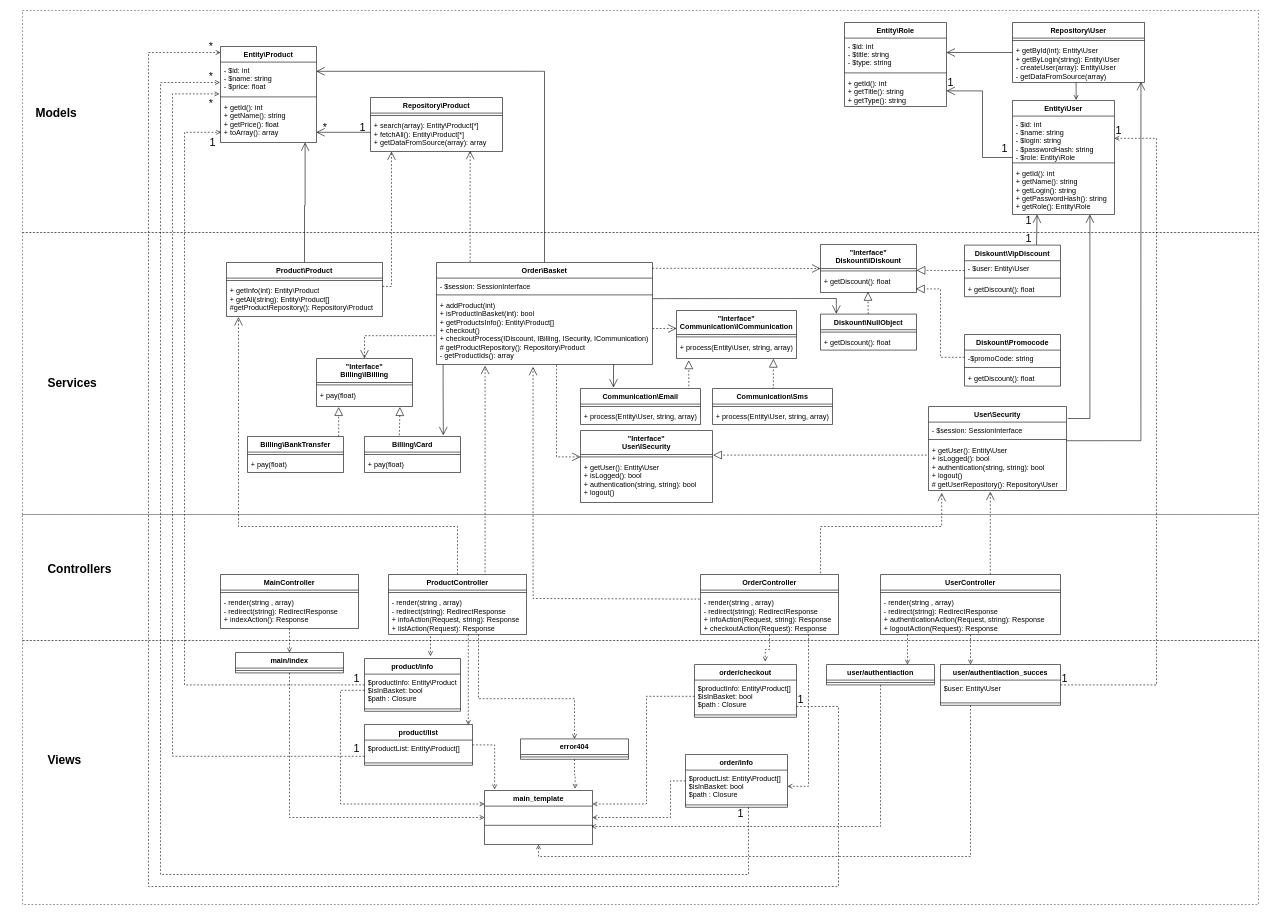
The draw.io diagram lesson_02/patternsPHP_02_01.drawio in FixterSpb/pattenrsPHP, before the edit. Source tidied: cells renumbered, new cells numbered last; positions are measured from the earlier drawing's top-left corner, leaving out a move shared by most shapes. Both pictures are drawn from the tidied source at 60%, with x=0, y=0 at pixel (10, 10).
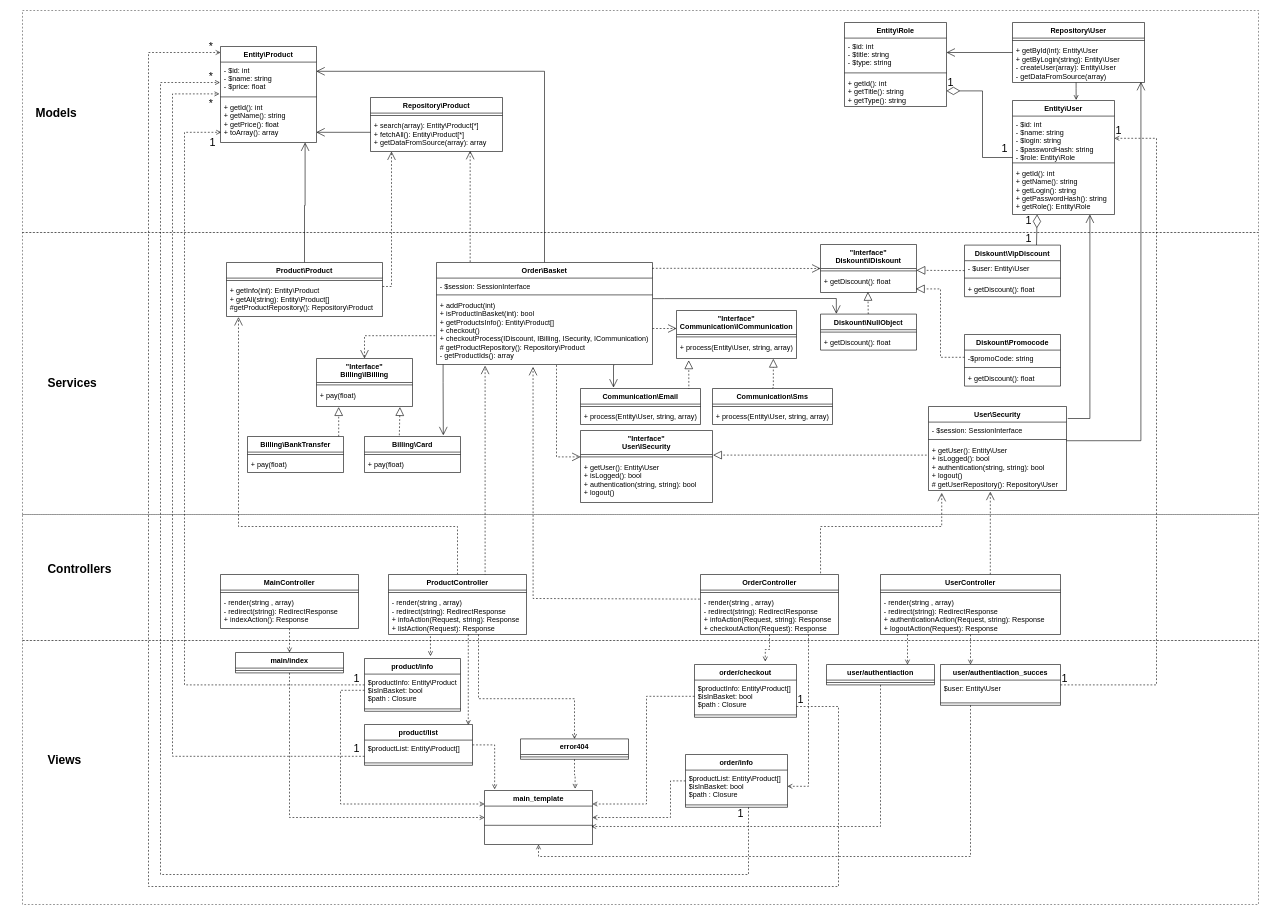
After the change.

Unchanged cells that the change refers to:
```xml
<mxCell id="72" value="Diskount\VipDiscount" style="swimlane;fontStyle=1;align=center;verticalAlign=top;horizontal=1;startSize=26;fontColor=none;" parent="1" vertex="1">
  <mxGeometry x="1590" y="391" width="160" height="86" as="geometry" />
</mxCell>
<mxCell id="77" value="Entity\User" style="swimlane;fontStyle=1;align=center;verticalAlign=top;horizontal=1;startSize=26;" parent="1" vertex="1">
  <mxGeometry x="1670" y="150" width="170" height="190" as="geometry" />
</mxCell>
<mxCell id="84" value="+ getId(): int&#10;+ getTitle(): string&#10;+ getType(): string&#10;" style="text;strokeColor=none;fillColor=none;align=left;verticalAlign=top;spacingLeft=4;spacingRight=4;overflow=hidden;points=[[0,0.5],[1,0.5]];portConstraint=eastwest;" parent="81" vertex="1">
  <mxGeometry y="88" width="170" height="52" as="geometry" />
</mxCell>
```

Change to the diagram source:
```diff
@@
-    <mxCell id="71" style="edgeStyle=none;rounded=0;jettySize=auto;html=1;startArrow=none;startFill=0;startSize=18;endArrow=open;endFill=0;endSize=12;exitX=0.75;exitY=0;exitDx=0;exitDy=0;" parent="1" edge="1" source="72">
+    <mxCell id="71" style="edgeStyle=none;rounded=0;jettySize=auto;html=1;startArrow=none;startFill=0;startSize=20;endArrow=diamondThin;endFill=0;endSize=20;exitX=0.75;exitY=0;exitDx=0;exitDy=0;" parent="1" edge="1" source="72">
       <mxGeometry relative="1" as="geometry">
         <mxPoint x="1711" y="340" as="targetPoint" />
       </mxGeometry>
     </mxCell>
@@
-    <mxCell id="76" style="edgeStyle=orthogonalEdgeStyle;rounded=0;jettySize=auto;html=1;startArrow=none;startFill=0;startSize=18;endArrow=open;endFill=0;endSize=12;" parent="1" edge="1" source="77" target="84">
+    <mxCell id="76" style="edgeStyle=orthogonalEdgeStyle;rounded=0;jettySize=auto;html=1;startArrow=none;startFill=0;startSize=20;endArrow=diamondThin;endFill=0;endSize=20;" parent="1" edge="1" source="77" target="84">
       <mxGeometry relative="1" as="geometry" />
     </mxCell>
@@
-    <mxCell id="153" value="&lt;font style=&quot;font-size: 18px&quot;&gt;1&lt;/font&gt;" style="text;html=1;strokeColor=none;fillColor=none;align=left;verticalAlign=middle;whiteSpace=wrap;rounded=0;" parent="1" vertex="1">
-      <mxGeometry x="580" y="185" width="20" height="20" as="geometry" />
-    </mxCell>
@@
-    <mxCell id="158" value="&lt;font style=&quot;font-size: 18px&quot;&gt;*&lt;/font&gt;" style="text;html=1;strokeColor=none;fillColor=none;align=right;verticalAlign=middle;whiteSpace=wrap;rounded=0;" parent="1" vertex="1">
-      <mxGeometry x="510" y="185" width="20" height="20" as="geometry" />
-    </mxCell>
```
